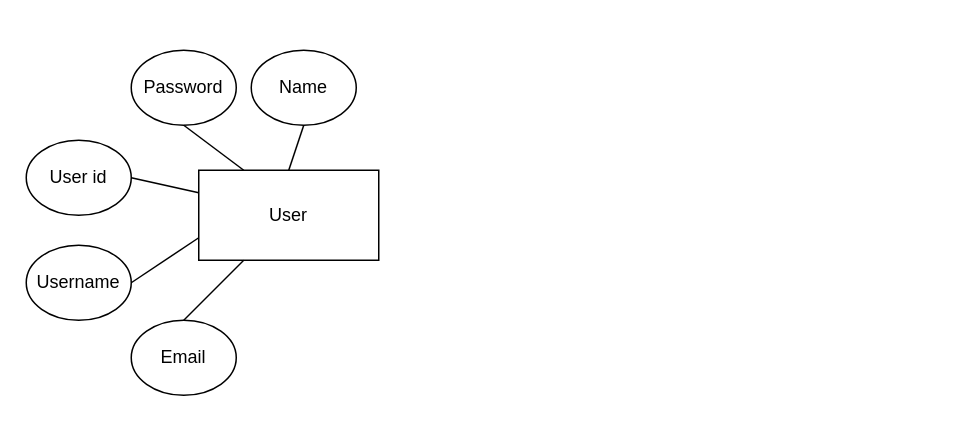
Above: socio.drawio in meethariya/Socio (draw.io), before the change. Source tidied: cells renumbered, new cells numbered last; positions are measured from the earlier drawing's top-left corner, leaving out a move shared by most shapes. Both pictures are drawn from the tidied source at 150%, with x=0, y=0 at pixel (26, 50).
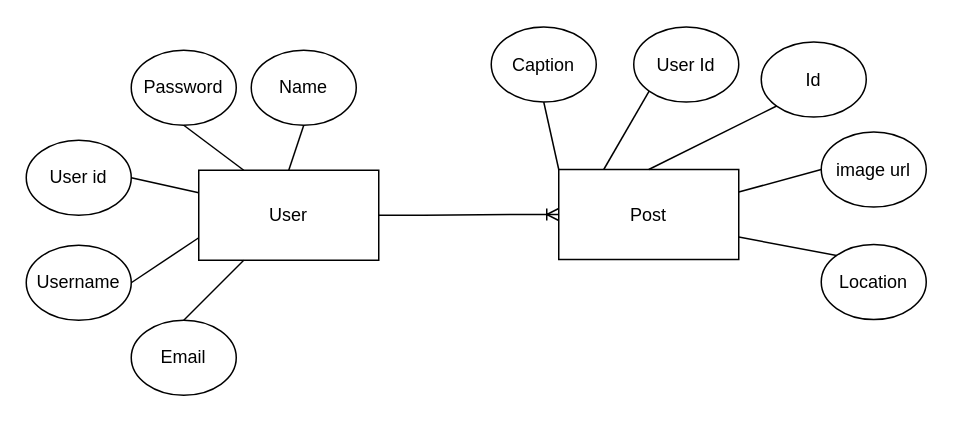
Above is the later version.

Unchanged cells that the change refers to:
```xml
<mxCell id="2" value="User" style="rounded=0;whiteSpace=wrap;html=1;" parent="1" vertex="1">
  <mxGeometry x="115" y="80" width="120" height="60" as="geometry" />
</mxCell>
```

Change to the diagram source:
```diff
@@
+    <mxCell id="13" value="Post" style="rounded=0;whiteSpace=wrap;html=1;" parent="1" vertex="1">
+      <mxGeometry x="355" y="79.5" width="120" height="60" as="geometry" />
+    </mxCell>
+    <mxCell id="14" value="Caption" style="ellipse;whiteSpace=wrap;html=1;" parent="1" vertex="1">
+      <mxGeometry x="310" y="-15.5" width="70" height="50" as="geometry" />
+    </mxCell>
+    <mxCell id="15" value="Location" style="ellipse;whiteSpace=wrap;html=1;" parent="1" vertex="1">
+      <mxGeometry x="530" y="129.5" width="70" height="50" as="geometry" />
+    </mxCell>
+    <mxCell id="16" value="image url" style="ellipse;whiteSpace=wrap;html=1;" parent="1" vertex="1">
+      <mxGeometry x="530" y="54.5" width="70" height="50" as="geometry" />
+    </mxCell>
+    <mxCell id="17" value="User Id" style="ellipse;whiteSpace=wrap;html=1;" parent="1" vertex="1">
+      <mxGeometry x="405" y="-15.5" width="70" height="50" as="geometry" />
+    </mxCell>
+    <mxCell id="18" value="Id" style="ellipse;whiteSpace=wrap;html=1;" parent="1" vertex="1">
+      <mxGeometry x="490" y="-5.5" width="70" height="50" as="geometry" />
+    </mxCell>
+    <mxCell id="19" style="endArrow=none;html=1;rounded=0;entryX=0;entryY=1;entryDx=0;entryDy=0;exitX=0.25;exitY=0;exitDx=0;exitDy=0;" parent="1" edge="1" source="13" target="17">
+      <mxGeometry relative="1" as="geometry" />
+    </mxCell>
+    <mxCell id="20" style="endArrow=none;html=1;rounded=0;entryX=0;entryY=1;entryDx=0;entryDy=0;exitX=0.5;exitY=0;exitDx=0;exitDy=0;" parent="1" edge="1" source="13" target="18">
+      <mxGeometry relative="1" as="geometry" />
+    </mxCell>
+    <mxCell id="21" style="endArrow=none;html=1;rounded=0;entryX=0.5;entryY=1;entryDx=0;entryDy=0;exitX=0;exitY=0;exitDx=0;exitDy=0;" parent="1" edge="1" source="13" target="14">
+      <mxGeometry relative="1" as="geometry" />
+    </mxCell>
+    <mxCell id="22" style="endArrow=none;html=1;rounded=0;entryX=0;entryY=0;entryDx=0;entryDy=0;exitX=1;exitY=0.75;exitDx=0;exitDy=0;" parent="1" edge="1" source="13" target="15">
+      <mxGeometry relative="1" as="geometry" />
+    </mxCell>
+    <mxCell id="23" style="endArrow=none;html=1;rounded=0;entryX=0;entryY=0.5;entryDx=0;entryDy=0;exitX=1;exitY=0.25;exitDx=0;exitDy=0;" parent="1" edge="1" source="13" target="16">
+      <mxGeometry relative="1" as="geometry" />
+    </mxCell>
+    <mxCell id="24" style="edgeStyle=entityRelationEdgeStyle;fontSize=12;html=1;endArrow=ERoneToMany;rounded=0;exitX=1;exitY=0.5;exitDx=0;exitDy=0;entryX=0;entryY=0.5;entryDx=0;entryDy=0;" parent="1" edge="1" source="2" target="13">
+      <mxGeometry relative="1" as="geometry" />
+    </mxCell>
```
